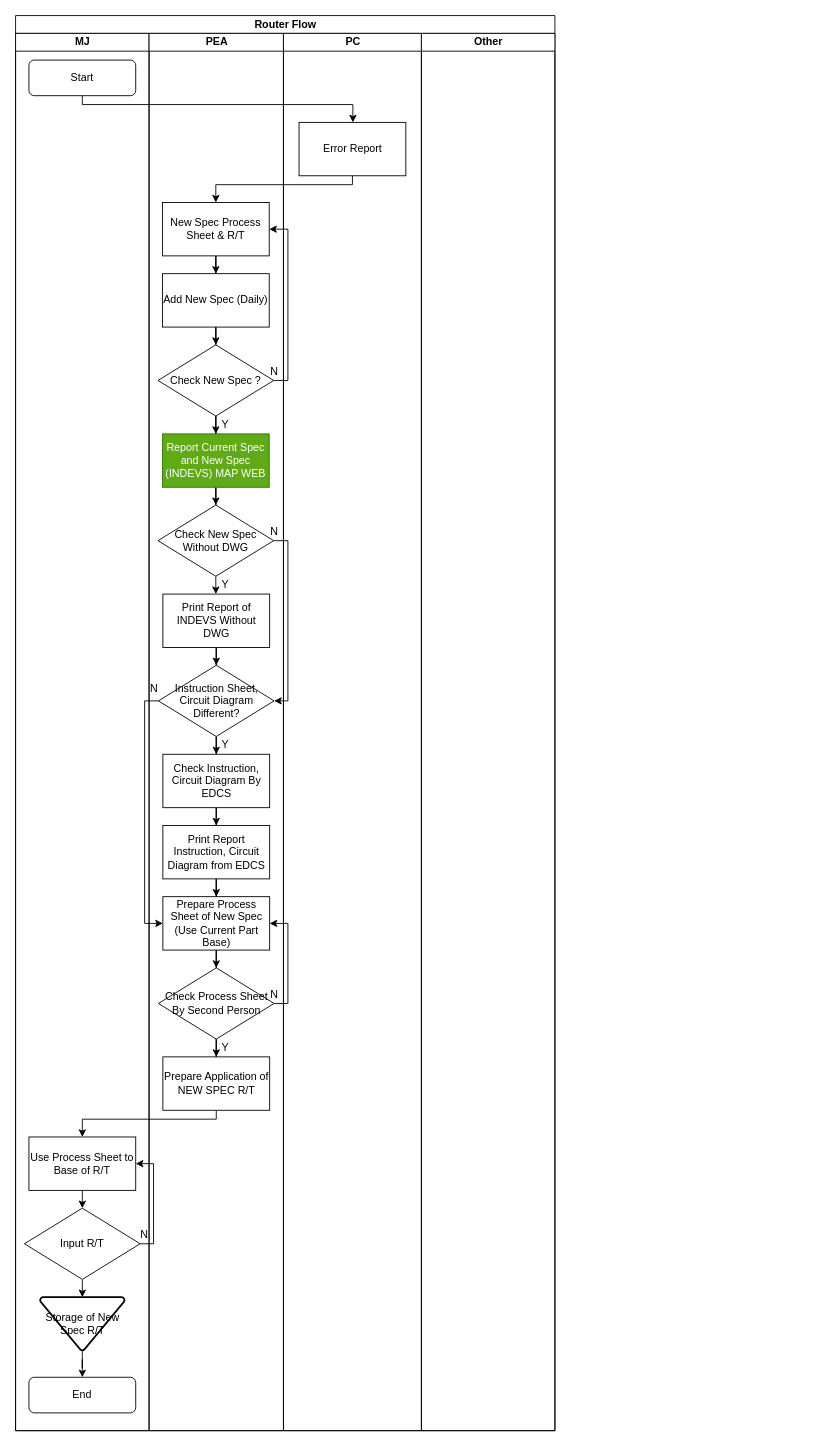
mookeng49/Flowchart keeps this draw.io diagram as Router.drawio. Above is the earlier version. Source tidied: cells renumbered, new cells numbered last; positions are measured from the earlier drawing's top-left corner, leaving out a move shared by most shapes. Both pictures are drawn from the tidied source at 89%, with x=0, y=0 at pixel (15, 15).
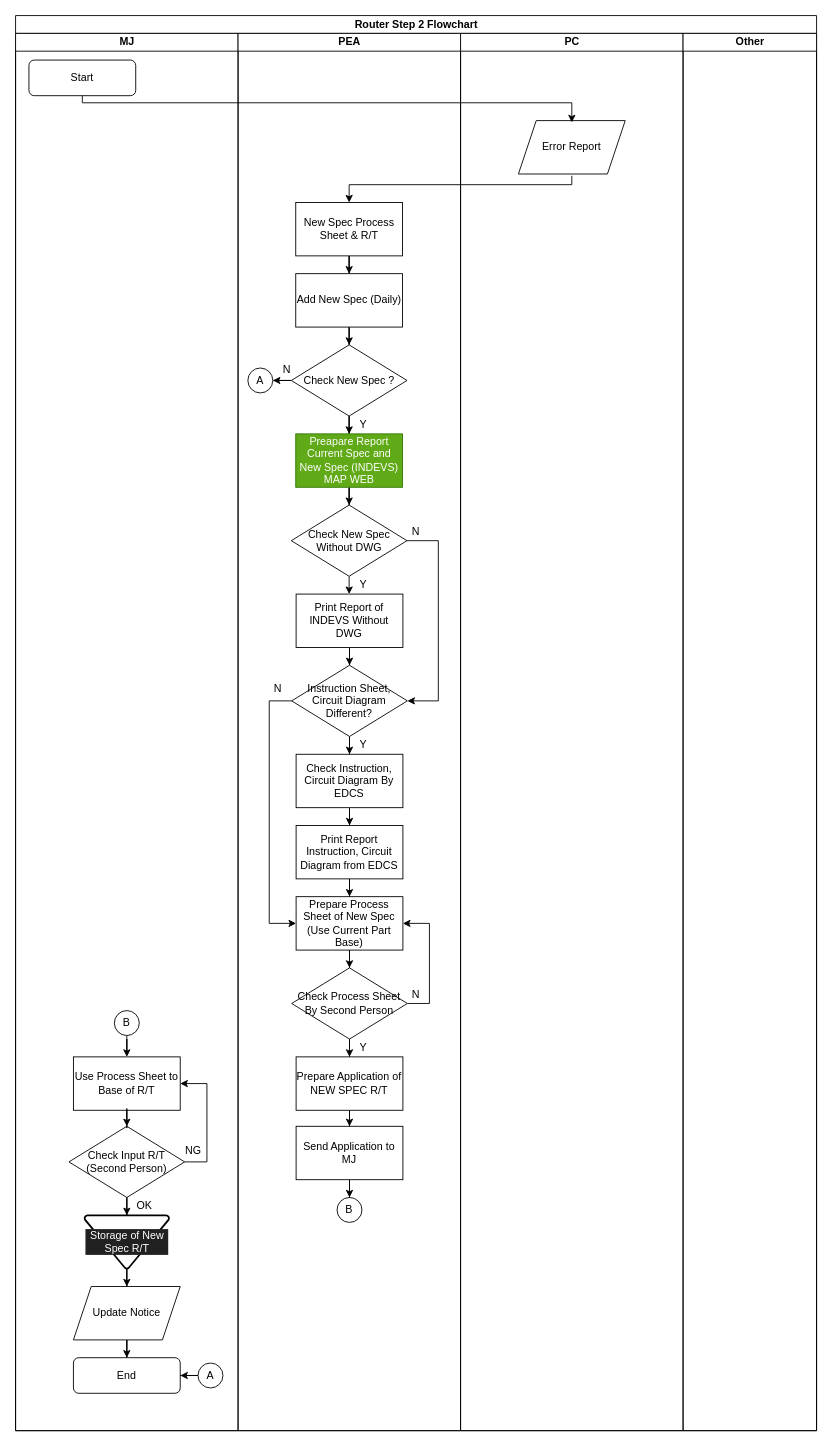
The same diagram, later.

Unchanged cells that the change refers to:
```xml
<mxCell id="4" value="Start" style="rounded=1;whiteSpace=wrap;html=1;" parent="3" vertex="1">
  <mxGeometry x="15" y="30" width="120" height="40" as="geometry" />
</mxCell>
```

What changed in the source:
```diff
@@
-    <mxCell id="2" value="Router Flow" style="swimlane;html=1;startSize=20;" parent="1" vertex="1">
-      <mxGeometry width="606" height="1590" as="geometry" />
+    <mxCell id="2" value="Router Step 2 Flowchart" style="swimlane;html=1;startSize=20;" parent="1" vertex="1">
+      <mxGeometry width="900" height="1590" as="geometry" />
     </mxCell>
     <mxCell id="3" value="MJ" style="swimlane;html=1;startSize=20;" parent="2" vertex="1">
-      <mxGeometry y="20" width="150" height="1570" as="geometry" />
+      <mxGeometry y="20" width="250" height="1570" as="geometry" />
     </mxCell>
@@
-    <mxCell id="5" style="edgeStyle=orthogonalEdgeStyle;rounded=0;jettySize=auto;html=1;entryX=0.5;entryY=0;entryDx=0;entryDy=0;" parent="3" edge="1" source="6">
-      <mxGeometry relative="1" as="geometry">
-        <mxPoint x="75" y="1320" as="targetPoint" />
-      </mxGeometry>
-    </mxCell>
+    <mxCell id="56" style="edgeStyle=orthogonalEdgeStyle;rounded=0;jettySize=auto;html=1;fontColor=#FFFFFF;" parent="3" edge="1" source="57" target="12">
+      <mxGeometry relative="1" as="geometry" />
+    </mxCell>
+    <mxCell id="57" value="Update Notice" style="shape=parallelogram;perimeter=parallelogramPerimeter;whiteSpace=wrap;html=1;fixedSize=1;labelBackgroundColor=none;fontColor=#000000;" parent="3" vertex="1">
+      <mxGeometry x="65" y="1408" width="120" height="60" as="geometry" />
+    </mxCell>
     <mxCell id="6" value="Use Process Sheet to Base of R/T" style="rounded=0;whiteSpace=wrap;html=1;" parent="3" vertex="1">
-      <mxGeometry x="15" y="1240" width="120" height="60" as="geometry" />
+      <mxGeometry x="65" y="1150" width="120" height="60" as="geometry" />
     </mxCell>
-    <mxCell id="7" style="edgeStyle=orthogonalEdgeStyle;rounded=0;jettySize=auto;html=1;entryX=1;entryY=0.5;entryDx=0;entryDy=0;" parent="3" edge="1" target="6">
-      <mxGeometry relative="1" as="geometry">
-        <mxPoint x="140" y="1360" as="sourcePoint" />
-        <Array as="points">
-          <mxPoint x="155" y="1360" />
-          <mxPoint x="155" y="1270" />
-        </Array>
-      </mxGeometry>
-    </mxCell>
-    <mxCell id="8" style="edgeStyle=orthogonalEdgeStyle;rounded=0;jettySize=auto;html=1;entryX=0.5;entryY=0;entryDx=0;entryDy=0;entryPerimeter=0;" parent="3" edge="1" target="10">
-      <mxGeometry relative="1" as="geometry">
-        <mxPoint x="75" y="1400" as="sourcePoint" />
-      </mxGeometry>
-    </mxCell>
-    <mxCell id="9" style="edgeStyle=orthogonalEdgeStyle;rounded=0;jettySize=auto;html=1;" parent="3" edge="1" source="10" target="12">
-      <mxGeometry relative="1" as="geometry" />
-    </mxCell>
+    <mxCell id="58" style="edgeStyle=orthogonalEdgeStyle;rounded=0;jettySize=auto;html=1;entryX=1;entryY=0.5;entryDx=0;entryDy=0;fontColor=#FFFFFF;" parent="3" edge="1" source="11" target="6">
+      <mxGeometry relative="1" as="geometry">
+        <Array as="points">
+          <mxPoint x="125" y="1268" />
+          <mxPoint x="215" y="1268" />
+          <mxPoint x="215" y="1180" />
+        </Array>
+      </mxGeometry>
+    </mxCell>
+    <mxCell id="11" value="Check Input R/T&lt;br&gt;(Second Person)" style="rhombus;whiteSpace=wrap;html=1;" parent="3" vertex="1">
+      <mxGeometry x="60" y="1228" width="130" height="80" as="geometry" />
+    </mxCell>
+    <mxCell id="59" style="edgeStyle=orthogonalEdgeStyle;rounded=0;jettySize=auto;html=1;" parent="3" edge="1" source="11" target="10">
+      <mxGeometry relative="1" as="geometry" />
+    </mxCell>
+    <mxCell id="60" style="edgeStyle=orthogonalEdgeStyle;rounded=0;jettySize=auto;html=1;entryX=0.5;entryY=0;entryDx=0;entryDy=0;fontColor=#FFFFFF;" parent="3" edge="1" source="10" target="57">
+      <mxGeometry relative="1" as="geometry" />
+    </mxCell>
-    <mxCell id="10" value="Storage of New Spec R/T" style="strokeWidth=2;html=1;shape=mxgraph.flowchart.merge_or_storage;whiteSpace=wrap;labelBackgroundColor=none;" parent="3" vertex="1">
-      <mxGeometry x="27.5" y="1420" width="95" height="60" as="geometry" />
+    <mxCell id="10" value="Storage of New Spec R/T" style="strokeWidth=2;html=1;shape=mxgraph.flowchart.merge_or_storage;whiteSpace=wrap;labelBackgroundColor=#212121;fontColor=#FFFFFF;" parent="3" vertex="1">
+      <mxGeometry x="77.5" y="1328" width="95" height="60" as="geometry" />
     </mxCell>
-    <mxCell id="11" value="Input R/T" style="rhombus;whiteSpace=wrap;html=1;" parent="3" vertex="1">
-      <mxGeometry x="10" y="1320" width="130" height="80" as="geometry" />
-    </mxCell>
     <mxCell id="12" value="End" style="rounded=1;whiteSpace=wrap;html=1;" parent="3" vertex="1">
-      <mxGeometry x="15" y="1510" width="120" height="40" as="geometry" />
+      <mxGeometry x="65" y="1488" width="120" height="40" as="geometry" />
     </mxCell>
+    <mxCell id="61" style="edgeStyle=orthogonalEdgeStyle;rounded=0;jettySize=auto;html=1;entryX=1;entryY=0.5;entryDx=0;entryDy=0;" parent="3" edge="1" source="64" target="12">
+      <mxGeometry relative="1" as="geometry" />
+    </mxCell>
+    <mxCell id="62" style="edgeStyle=orthogonalEdgeStyle;rounded=0;jettySize=auto;html=1;entryX=0.5;entryY=0;entryDx=0;entryDy=0;fontColor=#FFFFFF;" parent="3" edge="1" source="63" target="6">
+      <mxGeometry relative="1" as="geometry" />
+    </mxCell>
+    <mxCell id="63" value="B" style="ellipse;whiteSpace=wrap;html=1;" parent="3" vertex="1">
+      <mxGeometry x="111" y="1098" width="28" height="28" as="geometry" />
+    </mxCell>
+    <mxCell id="64" value="A" style="ellipse;whiteSpace=wrap;html=1;" parent="3" vertex="1">
+      <mxGeometry x="205" y="1494" width="28" height="28" as="geometry" />
+    </mxCell>
-    <mxCell id="13" value="N" style="text;html=1;strokeColor=none;fillColor=none;align=center;verticalAlign=middle;whiteSpace=wrap;rounded=0;" parent="3" vertex="1">
-      <mxGeometry x="135" y="1340" width="20" height="20" as="geometry" />
+    <mxCell id="13" value="NG" style="text;html=1;strokeColor=none;fillColor=none;align=center;verticalAlign=middle;whiteSpace=wrap;rounded=0;" parent="3" vertex="1">
+      <mxGeometry x="190" y="1246" width="20" height="20" as="geometry" />
     </mxCell>
-    <mxCell id="14" style="edgeStyle=orthogonalEdgeStyle;rounded=0;jettySize=auto;html=1;" parent="2" edge="1" source="47" target="6">
-      <mxGeometry relative="1" as="geometry">
-        <Array as="points">
-          <mxPoint x="226" y="1240" />
-          <mxPoint x="75" y="1240" />
-        </Array>
-      </mxGeometry>
-    </mxCell>
+    <mxCell id="65" value="OK" style="text;html=1;strokeColor=none;fillColor=none;align=center;verticalAlign=middle;whiteSpace=wrap;rounded=0;" parent="3" vertex="1">
+      <mxGeometry x="135" y="1307" width="20" height="20" as="geometry" />
+    </mxCell>
+    <mxCell id="66" style="edgeStyle=orthogonalEdgeStyle;rounded=0;jettySize=auto;html=1;fontColor=#FFFFFF;" parent="3" edge="1" source="6" target="11">
+      <mxGeometry relative="1" as="geometry" />
+    </mxCell>
     <mxCell id="15" value="PEA" style="swimlane;html=1;startSize=20;" parent="2" vertex="1">
-      <mxGeometry x="150" y="20" width="151" height="1570" as="geometry" />
+      <mxGeometry x="250" y="20" width="250" height="1570" as="geometry" />
     </mxCell>
@@
     <mxCell id="19" style="edgeStyle=orthogonalEdgeStyle;rounded=0;jettySize=auto;html=1;entryX=1;entryY=0.5;entryDx=0;entryDy=0;" parent="15" edge="1" source="42" target="24">
       <mxGeometry relative="1" as="geometry">
         <Array as="points">
-          <mxPoint x="75" y="570" />
-          <mxPoint x="156" y="570" />
-          <mxPoint x="156" y="820" />
+          <mxPoint x="225" y="570" />
+          <mxPoint x="225" y="750" />
         </Array>
       </mxGeometry>
     </mxCell>
     <mxCell id="20" style="edgeStyle=orthogonalEdgeStyle;rounded=0;jettySize=auto;html=1;entryX=0;entryY=0.5;entryDx=0;entryDy=0;" parent="15" edge="1" source="24" target="33">
       <mxGeometry relative="1" as="geometry">
         <Array as="points">
-          <mxPoint x="-5" y="750" />
-          <mxPoint x="-5" y="1000" />
+          <mxPoint x="35" y="750" />
+          <mxPoint x="35" y="1000" />
         </Array>
       </mxGeometry>
     </mxCell>
@@
-    <mxCell id="22" value="N" style="text;html=1;strokeColor=none;fillColor=none;align=center;verticalAlign=middle;whiteSpace=wrap;rounded=0;" parent="15" vertex="1">
-      <mxGeometry x="-4.5" y="727" width="20" height="20" as="geometry" />
-    </mxCell>
@@
-    <mxCell id="24" value="Instruction Sheet, Circuit Diagram Different?" style="rhombus;whiteSpace=wrap;html=1;" parent="15" vertex="1">
-      <mxGeometry x="10.5" y="710" width="130" height="80" as="geometry" />
-    </mxCell>
@@
-    <mxCell id="26" value="Check New Spec ?" style="rhombus;whiteSpace=wrap;html=1;" parent="15" vertex="1">
-      <mxGeometry x="10" y="350" width="130" height="80" as="geometry" />
-    </mxCell>
-    <mxCell id="27" style="edgeStyle=orthogonalEdgeStyle;rounded=0;jettySize=auto;html=1;entryX=1;entryY=0.5;entryDx=0;entryDy=0;" parent="15" edge="1" source="26" target="39">
-      <mxGeometry relative="1" as="geometry">
-        <Array as="points">
-          <mxPoint x="156" y="390" />
-          <mxPoint x="156" y="220" />
-        </Array>
-      </mxGeometry>
-    </mxCell>
@@
+    <mxCell id="32" style="edgeStyle=orthogonalEdgeStyle;rounded=0;jettySize=auto;html=1;entryX=0.5;entryY=0;entryDx=0;entryDy=0;" parent="15" edge="1" source="33" target="46">
+      <mxGeometry relative="1" as="geometry" />
+    </mxCell>
+    <mxCell id="67" value="A" style="ellipse;whiteSpace=wrap;html=1;" parent="15" vertex="1">
+      <mxGeometry x="11" y="376" width="28" height="28" as="geometry" />
+    </mxCell>
+    <mxCell id="22" value="N" style="text;html=1;strokeColor=none;fillColor=none;align=center;verticalAlign=middle;whiteSpace=wrap;rounded=0;" parent="15" vertex="1">
+      <mxGeometry x="35" y="727" width="20" height="20" as="geometry" />
+    </mxCell>
+    <mxCell id="38" style="edgeStyle=orthogonalEdgeStyle;rounded=0;jettySize=auto;html=1;" parent="15" edge="1" source="31" target="33">
+      <mxGeometry relative="1" as="geometry" />
+    </mxCell>
+    <mxCell id="43" style="edgeStyle=orthogonalEdgeStyle;rounded=0;jettySize=auto;html=1;entryX=0.5;entryY=0;entryDx=0;entryDy=0;" parent="15" edge="1" source="44" target="24">
+      <mxGeometry relative="1" as="geometry" />
+    </mxCell>
+    <mxCell id="45" style="edgeStyle=orthogonalEdgeStyle;rounded=0;jettySize=auto;html=1;entryX=1;entryY=0.5;entryDx=0;entryDy=0;" parent="15" edge="1" source="46" target="33">
+      <mxGeometry relative="1" as="geometry">
+        <Array as="points">
+          <mxPoint x="215" y="1090" />
+          <mxPoint x="215" y="1000" />
+        </Array>
+      </mxGeometry>
+    </mxCell>
+    <mxCell id="50" value="N" style="text;html=1;strokeColor=none;fillColor=none;align=center;verticalAlign=middle;whiteSpace=wrap;rounded=0;" parent="15" vertex="1">
+      <mxGeometry x="44.8" y="368" width="20" height="20" as="geometry" />
+    </mxCell>
+    <mxCell id="39" value="New Spec Process Sheet &amp;amp; R/T" style="rounded=0;whiteSpace=wrap;html=1;" parent="15" vertex="1">
+      <mxGeometry x="64.8" y="190" width="120" height="60" as="geometry" />
+    </mxCell>
+    <mxCell id="40" value="Add New Spec (Daily)" style="rounded=0;whiteSpace=wrap;html=1;" parent="15" vertex="1">
+      <mxGeometry x="64.8" y="270" width="120" height="60" as="geometry" />
+    </mxCell>
+    <mxCell id="68" style="edgeStyle=orthogonalEdgeStyle;rounded=0;jettySize=auto;html=1;" parent="15" edge="1" source="26" target="67">
+      <mxGeometry relative="1" as="geometry" />
+    </mxCell>
+    <mxCell id="26" value="Check New Spec ?" style="rhombus;whiteSpace=wrap;html=1;" parent="15" vertex="1">
+      <mxGeometry x="59.8" y="350" width="130" height="80" as="geometry" />
+    </mxCell>
+    <mxCell id="41" value="Preapare Report Current Spec and New Spec (INDEVS) MAP WEB" style="rounded=0;whiteSpace=wrap;html=1;fillColor=#60a917;strokeColor=#2D7600;fontColor=#ffffff;" parent="15" vertex="1">
+      <mxGeometry x="64.8" y="450" width="120" height="60" as="geometry" />
+    </mxCell>
+    <mxCell id="42" value="Check New Spec Without DWG&lt;br&gt;" style="rhombus;whiteSpace=wrap;html=1;" parent="15" vertex="1">
+      <mxGeometry x="59.8" y="530" width="130" height="80" as="geometry" />
+    </mxCell>
+    <mxCell id="44" value="Print Report of INDEVS Without DWG" style="rounded=0;whiteSpace=wrap;html=1;" parent="15" vertex="1">
+      <mxGeometry x="65.2" y="630" width="120" height="60" as="geometry" />
+    </mxCell>
+    <mxCell id="24" value="Instruction Sheet, Circuit Diagram Different?" style="rhombus;whiteSpace=wrap;html=1;" parent="15" vertex="1">
+      <mxGeometry x="60.2" y="710" width="130" height="80" as="geometry" />
+    </mxCell>
     <mxCell id="30" value="Check Instruction, Circuit Diagram By EDCS" style="rounded=0;whiteSpace=wrap;html=1;" parent="15" vertex="1">
-      <mxGeometry x="15.5" y="810" width="120" height="60" as="geometry" />
+      <mxGeometry x="65.2" y="810" width="120" height="60" as="geometry" />
     </mxCell>
     <mxCell id="31" value="Print Report Instruction, Circuit Diagram from EDCS" style="rounded=0;whiteSpace=wrap;html=1;" parent="15" vertex="1">
-      <mxGeometry x="15.5" y="890" width="120" height="60" as="geometry" />
+      <mxGeometry x="65.2" y="890" width="120" height="60" as="geometry" />
     </mxCell>
-    <mxCell id="32" style="edgeStyle=orthogonalEdgeStyle;rounded=0;jettySize=auto;html=1;entryX=0.5;entryY=0;entryDx=0;entryDy=0;" parent="15" edge="1" source="33" target="46">
-      <mxGeometry relative="1" as="geometry" />
-    </mxCell>
     <mxCell id="33" value="Prepare Process Sheet of New Spec (Use Current Part Base)" style="rounded=0;whiteSpace=wrap;html=1;" parent="15" vertex="1">
-      <mxGeometry x="15.5" y="970" width="120" height="60" as="geometry" />
+      <mxGeometry x="65.2" y="970" width="120" height="60" as="geometry" />
     </mxCell>
+    <mxCell id="46" value="&lt;font&gt;Check Process Sheet&lt;br&gt;By Second Person&lt;/font&gt;" style="rhombus;whiteSpace=wrap;html=1;labelBackgroundColor=none;" parent="15" vertex="1">
+      <mxGeometry x="60.2" y="1050" width="130" height="80" as="geometry" />
+    </mxCell>
+    <mxCell id="69" style="edgeStyle=orthogonalEdgeStyle;rounded=0;jettySize=auto;html=1;entryX=0.5;entryY=0;entryDx=0;entryDy=0;fontColor=#FFFFFF;" parent="15" edge="1" source="47" target="72">
+      <mxGeometry relative="1" as="geometry" />
+    </mxCell>
+    <mxCell id="47" value="Prepare Application of NEW SPEC R/T" style="rounded=0;whiteSpace=wrap;html=1;" parent="15" vertex="1">
+      <mxGeometry x="65.2" y="1150" width="120" height="60" as="geometry" />
+    </mxCell>
+    <mxCell id="70" value="B" style="ellipse;whiteSpace=wrap;html=1;" parent="15" vertex="1">
+      <mxGeometry x="111.2" y="1308" width="28" height="28" as="geometry" />
+    </mxCell>
+    <mxCell id="36" value="Y" style="text;html=1;strokeColor=none;fillColor=none;align=center;verticalAlign=middle;whiteSpace=wrap;rounded=0;" parent="15" vertex="1">
+      <mxGeometry x="131" y="610" width="20" height="20" as="geometry" />
+    </mxCell>
+    <mxCell id="35" value="Y" style="text;html=1;strokeColor=none;fillColor=none;align=center;verticalAlign=middle;whiteSpace=wrap;rounded=0;" parent="15" vertex="1">
+      <mxGeometry x="131" y="790" width="20" height="20" as="geometry" />
+    </mxCell>
     <mxCell id="34" value="Y" style="text;html=1;strokeColor=none;fillColor=none;align=center;verticalAlign=middle;whiteSpace=wrap;rounded=0;" parent="15" vertex="1">
-      <mxGeometry x="76" y="1130" width="20" height="20" as="geometry" />
+      <mxGeometry x="131" y="1130" width="20" height="20" as="geometry" />
     </mxCell>
-    <mxCell id="35" value="Y" style="text;html=1;strokeColor=none;fillColor=none;align=center;verticalAlign=middle;whiteSpace=wrap;rounded=0;" parent="15" vertex="1">
-      <mxGeometry x="76" y="790" width="20" height="20" as="geometry" />
-    </mxCell>
-    <mxCell id="36" value="Y" style="text;html=1;strokeColor=none;fillColor=none;align=center;verticalAlign=middle;whiteSpace=wrap;rounded=0;" parent="15" vertex="1">
-      <mxGeometry x="76" y="610" width="20" height="20" as="geometry" />
-    </mxCell>
     <mxCell id="37" value="Y" style="text;html=1;strokeColor=none;fillColor=none;align=center;verticalAlign=middle;whiteSpace=wrap;rounded=0;" parent="15" vertex="1">
-      <mxGeometry x="76" y="430" width="20" height="20" as="geometry" />
+      <mxGeometry x="131" y="430" width="20" height="20" as="geometry" />
     </mxCell>
-    <mxCell id="38" style="edgeStyle=orthogonalEdgeStyle;rounded=0;jettySize=auto;html=1;" parent="15" edge="1" source="31" target="33">
-      <mxGeometry relative="1" as="geometry" />
-    </mxCell>
-    <mxCell id="39" value="New Spec Process Sheet &amp;amp; R/T" style="rounded=0;whiteSpace=wrap;html=1;" parent="15" vertex="1">
-      <mxGeometry x="15" y="190" width="120" height="60" as="geometry" />
-    </mxCell>
-    <mxCell id="40" value="Add New Spec (Daily)" style="rounded=0;whiteSpace=wrap;html=1;" parent="15" vertex="1">
-      <mxGeometry x="15" y="270" width="120" height="60" as="geometry" />
-    </mxCell>
-    <mxCell id="41" value="Report Current Spec and New Spec (INDEVS) MAP WEB" style="rounded=0;whiteSpace=wrap;html=1;fillColor=#60a917;strokeColor=#2D7600;fontColor=#ffffff;" parent="15" vertex="1">
-      <mxGeometry x="15" y="450" width="120" height="60" as="geometry" />
-    </mxCell>
-    <mxCell id="42" value="Check New Spec Without DWG&lt;br&gt;" style="rhombus;whiteSpace=wrap;html=1;" parent="15" vertex="1">
-      <mxGeometry x="10" y="530" width="130" height="80" as="geometry" />
-    </mxCell>
-    <mxCell id="43" style="edgeStyle=orthogonalEdgeStyle;rounded=0;jettySize=auto;html=1;entryX=0.5;entryY=0;entryDx=0;entryDy=0;" parent="15" edge="1" source="44" target="24">
-      <mxGeometry relative="1" as="geometry" />
-    </mxCell>
-    <mxCell id="44" value="Print Report of INDEVS Without DWG" style="rounded=0;whiteSpace=wrap;html=1;" parent="15" vertex="1">
-      <mxGeometry x="15.5" y="630" width="120" height="60" as="geometry" />
-    </mxCell>
-    <mxCell id="45" style="edgeStyle=orthogonalEdgeStyle;rounded=0;jettySize=auto;html=1;entryX=1;entryY=0.5;entryDx=0;entryDy=0;" parent="15" edge="1" source="46" target="33">
-      <mxGeometry relative="1" as="geometry">
-        <Array as="points">
-          <mxPoint x="156" y="1090" />
-          <mxPoint x="156" y="1000" />
-        </Array>
-      </mxGeometry>
-    </mxCell>
-    <mxCell id="46" value="&lt;font&gt;Check Process Sheet&lt;br&gt;By Second Person&lt;/font&gt;" style="rhombus;whiteSpace=wrap;html=1;labelBackgroundColor=none;" parent="15" vertex="1">
-      <mxGeometry x="10.5" y="1050" width="130" height="80" as="geometry" />
-    </mxCell>
-    <mxCell id="47" value="Prepare Application of NEW SPEC R/T" style="rounded=0;whiteSpace=wrap;html=1;" parent="15" vertex="1">
-      <mxGeometry x="15.5" y="1150" width="120" height="60" as="geometry" />
-    </mxCell>
+    <mxCell id="71" style="edgeStyle=orthogonalEdgeStyle;rounded=0;jettySize=auto;html=1;entryX=0.5;entryY=0;entryDx=0;entryDy=0;fontColor=#FFFFFF;" parent="15" edge="1" source="72" target="70">
+      <mxGeometry relative="1" as="geometry" />
+    </mxCell>
+    <mxCell id="72" value="Send Application to MJ" style="rounded=0;whiteSpace=wrap;html=1;labelBackgroundColor=none;fontColor=#000000;" parent="15" vertex="1">
+      <mxGeometry x="65.2" y="1228" width="120" height="60" as="geometry" />
+    </mxCell>
     <mxCell id="48" value="N" style="text;html=1;strokeColor=none;fillColor=none;align=center;verticalAlign=middle;whiteSpace=wrap;rounded=0;" parent="15" vertex="1">
-      <mxGeometry x="131" y="1070" width="20" height="20" as="geometry" />
+      <mxGeometry x="190" y="1070" width="20" height="20" as="geometry" />
     </mxCell>
     <mxCell id="49" value="N" style="text;html=1;strokeColor=none;fillColor=none;align=center;verticalAlign=middle;whiteSpace=wrap;rounded=0;" parent="15" vertex="1">
-      <mxGeometry x="131" y="550" width="20" height="20" as="geometry" />
+      <mxGeometry x="190.2" y="550" width="20" height="20" as="geometry" />
     </mxCell>
-    <mxCell id="50" value="N" style="text;html=1;strokeColor=none;fillColor=none;align=center;verticalAlign=middle;whiteSpace=wrap;rounded=0;" parent="15" vertex="1">
-      <mxGeometry x="131" y="370" width="20" height="20" as="geometry" />
-    </mxCell>
     <mxCell id="51" value="PC" style="swimlane;html=1;startSize=20;" parent="2" vertex="1">
-      <mxGeometry x="301" y="20" width="155" height="1570" as="geometry" />
+      <mxGeometry x="500" y="20" width="250" height="1570" as="geometry" />
     </mxCell>
-    <mxCell id="52" value="Error Report" style="rounded=0;whiteSpace=wrap;html=1;" parent="51" vertex="1">
-      <mxGeometry x="17.5" y="100" width="120" height="60" as="geometry" />
+    <mxCell id="52" value="Error Report" style="shape=parallelogram;perimeter=parallelogramPerimeter;whiteSpace=wrap;html=1;fixedSize=1;labelBackgroundColor=none;fontColor=#030303;" parent="51" vertex="1">
+      <mxGeometry x="65" y="98" width="120" height="60" as="geometry" />
     </mxCell>
     <mxCell id="53" value="Other" style="swimlane;html=1;startSize=20;" parent="2" vertex="1">
-      <mxGeometry x="456" y="20" width="150" height="1570" as="geometry" />
+      <mxGeometry x="750" y="20" width="150" height="1570" as="geometry" />
     </mxCell>
-    <mxCell id="54" style="edgeStyle=orthogonalEdgeStyle;rounded=0;jettySize=auto;html=1;" parent="2" edge="1" source="4" target="52">
-      <mxGeometry relative="1" as="geometry">
-        <Array as="points">
-          <mxPoint x="75" y="100" />
-          <mxPoint x="379" y="100" />
-        </Array>
-      </mxGeometry>
-    </mxCell>
-    <mxCell id="55" style="edgeStyle=orthogonalEdgeStyle;rounded=0;jettySize=auto;html=1;" parent="2" edge="1" source="52" target="39">
+    <mxCell id="55" style="edgeStyle=orthogonalEdgeStyle;rounded=0;jettySize=auto;html=1;" parent="2" edge="1" target="39">
       <mxGeometry relative="1" as="geometry">
+        <mxPoint x="625" y="180" as="sourcePoint" />
         <Array as="points">
           <mxPoint x="379" y="190" />
           <mxPoint x="225" y="190" />
         </Array>
       </mxGeometry>
     </mxCell>
+    <mxCell id="73" style="edgeStyle=orthogonalEdgeStyle;rounded=0;jettySize=auto;html=1;" parent="2" edge="1" source="4">
+      <mxGeometry relative="1" as="geometry">
+        <mxPoint x="625" y="120" as="targetPoint" />
+        <Array as="points">
+          <mxPoint x="75" y="98" />
+          <mxPoint x="625" y="98" />
+        </Array>
+      </mxGeometry>
+    </mxCell>
```
